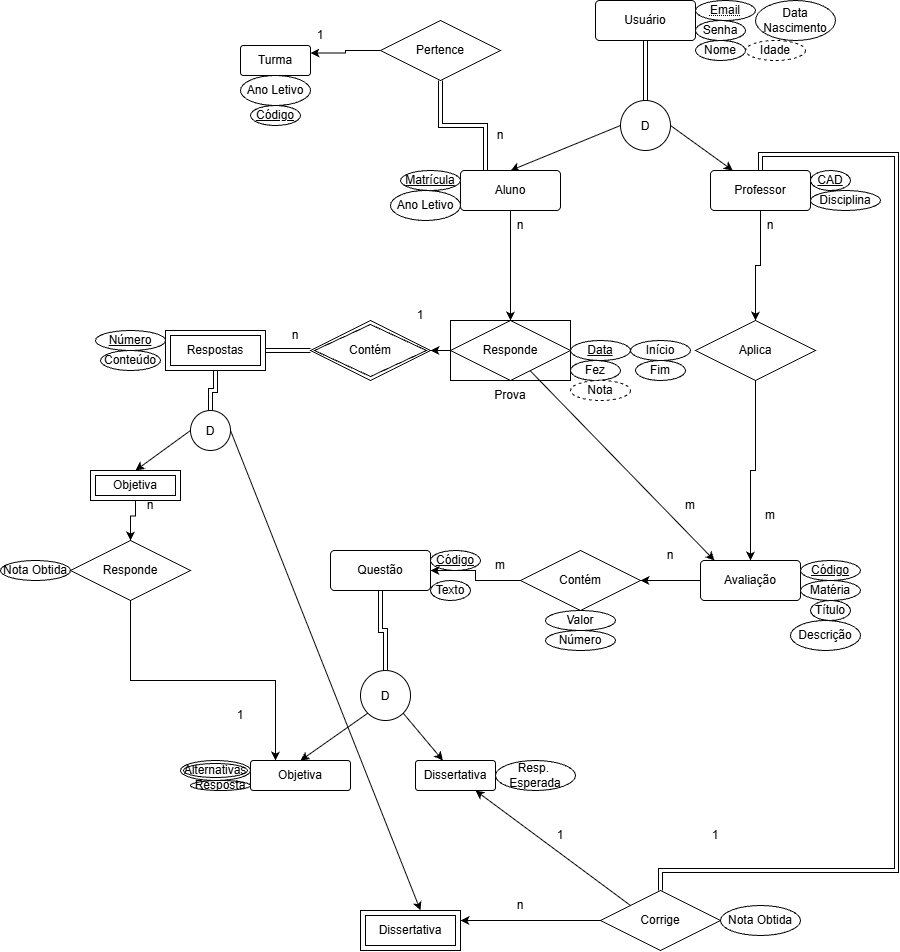
Earlier version of the draw.io export SimpleSchool.drawio.png (Igwilly/SimpleSchool). Source tidied: cells renumbered, new cells last; positions are measured from the earlier drawing's top-left corner, leaving out a move shared by most shapes.
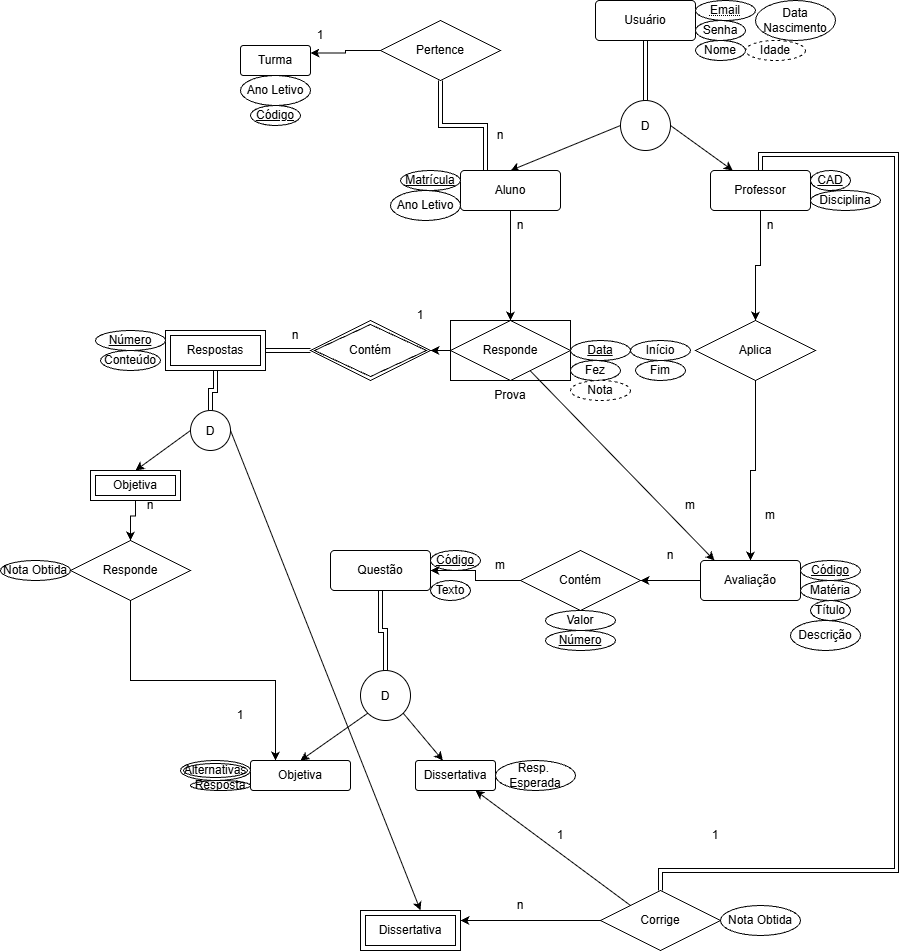
Later version of the same file.

Change to the diagram source:
```diff
@@ -197,7 +197,7 @@
     <mxCell id="63" value="Fez" style="ellipse;whiteSpace=wrap;html=1;align=center;" parent="1" vertex="1">
       <mxGeometry x="570" y="360" width="50" height="20" as="geometry" />
     </mxCell>
-    <mxCell id="64" value="Número" style="ellipse;whiteSpace=wrap;html=1;align=center;" parent="1" vertex="1">
+    <mxCell id="64" value="&lt;u&gt;Número&lt;/u&gt;" style="ellipse;whiteSpace=wrap;html=1;align=center;" parent="1" vertex="1">
       <mxGeometry x="545" y="630" width="70" height="20" as="geometry" />
     </mxCell>
     <mxCell id="65" style="edgeStyle=orthogonalEdgeStyle;rounded=0;jettySize=auto;html=1;entryX=1;entryY=0.5;entryDx=0;entryDy=0;defaultLabelBackgroundColor=page;labelPadding=0 4;strokeWidth=1;shape=link;" parent="1" edge="1" source="66" target="68">
```
